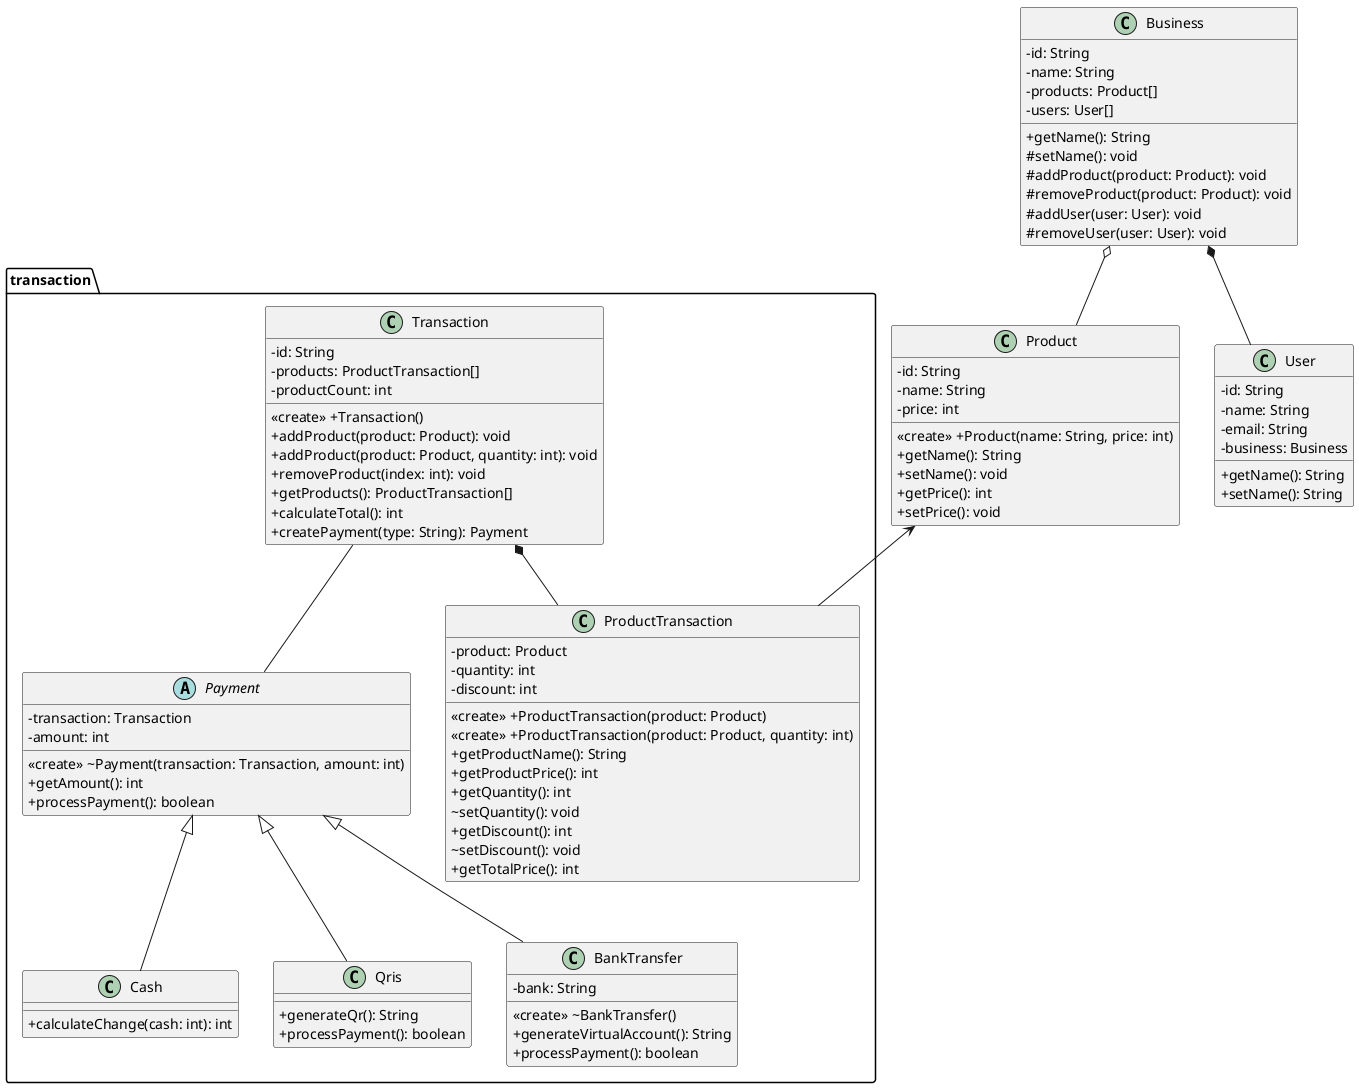
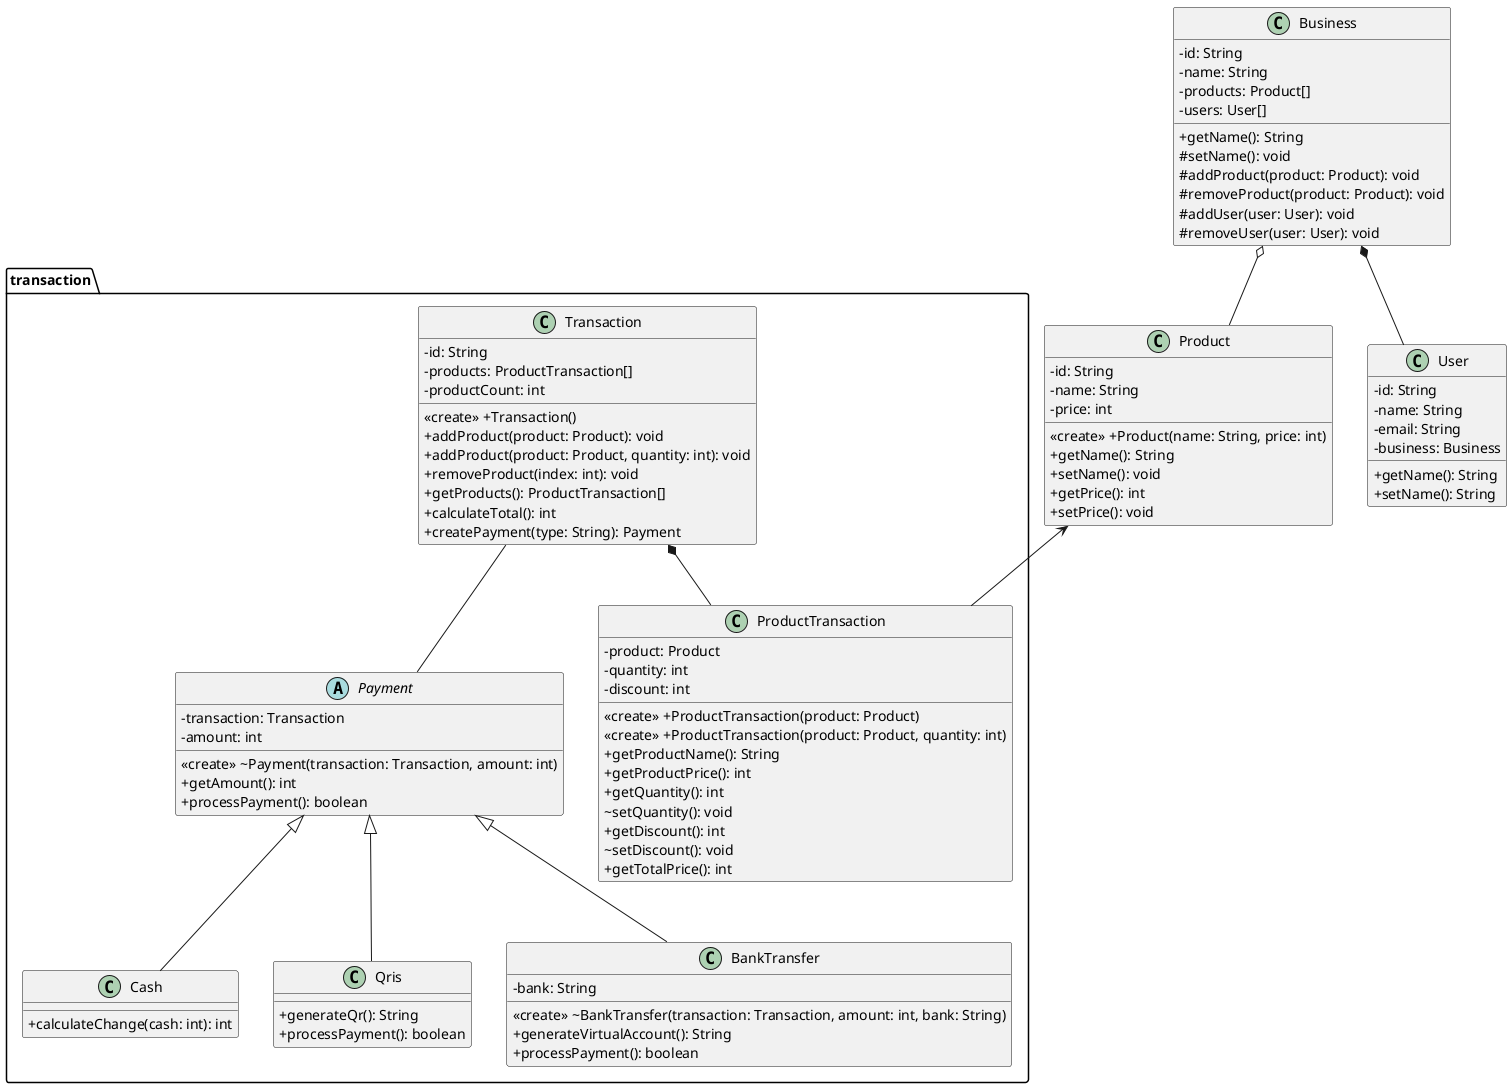
@startuml

skinparam classAttributeIconSize 0

package transaction {
    class Transaction {
        -id: String
        -products: ProductTransaction[]
        -productCount: int
        << create >> +Transaction()
        +addProduct(product: Product): void
        +addProduct(product: Product, quantity: int): void
        +removeProduct(index: int): void
        +getProducts(): ProductTransaction[]
        +calculateTotal(): int
        +createPayment(type: String): Payment
    }

    class ProductTransaction {
        -product: Product
        -quantity: int
        -discount: int
        << create >> +ProductTransaction(product: Product)
        << create >> +ProductTransaction(product: Product, quantity: int)
        +getProductName(): String
        +getProductPrice(): int
        +getQuantity(): int
        ~setQuantity(): void
        +getDiscount(): int
        ~setDiscount(): void
        +getTotalPrice(): int
    }
    Transaction *-- ProductTransaction

    abstract class Payment {
        -transaction: Transaction
        -amount: int
        << create >> ~Payment(transaction: Transaction, amount: int)
        +getAmount(): int
        +processPayment(): boolean
    }
    Transaction -- Payment

    class Cash {
        +calculateChange(cash: int): int
    }
    Payment <|-- Cash

    class Qris {
        +generateQr(): String
        +processPayment(): boolean
    }
    Payment <|-- Qris

    class BankTransfer {
        -bank: String
-         << create >> ~BankTransfer()
+         << create >> ~BankTransfer(transaction: Transaction, amount: int, bank: String)
        +generateVirtualAccount(): String
        +processPayment(): boolean
    }
    Payment <|-- BankTransfer
}
Product <-- ProductTransaction

class Product {
    -id: String
    -name: String
    -price: int
    << create >> +Product(name: String, price: int)
    +getName(): String
    +setName(): void
    +getPrice(): int
    +setPrice(): void
}

class Business {
    -id: String
    -name: String
    -products: Product[]
    -users: User[]
    +getName(): String
    #setName(): void
    #addProduct(product: Product): void
    #removeProduct(product: Product): void
    #addUser(user: User): void
    #removeUser(user: User): void
}
Business o-- Product

class User {
    -id: String
    -name: String
    -email: String
    -business: Business
    +getName(): String
    +setName(): String
}
Business *-- User

@enduml
